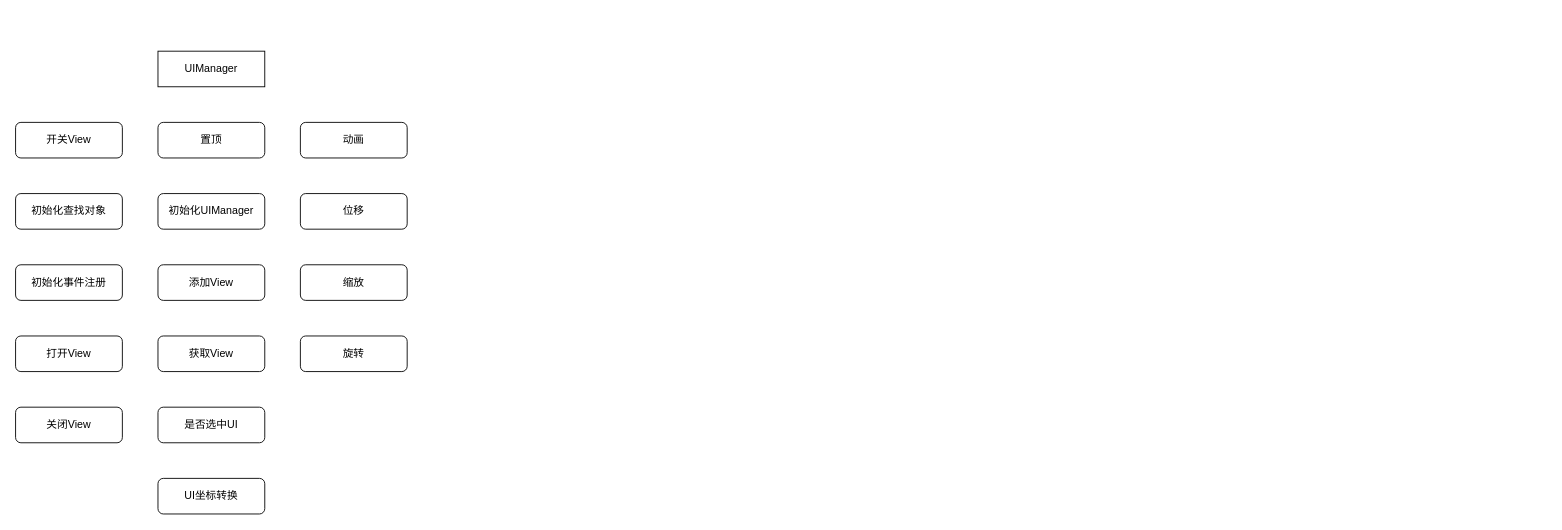
Before: page "UI系统" (4 of 5) of 框架设计流程图.drawio in Josh-Jun/UnityAppFramework, a draw.io diagram. Source tidied: cells renumbered, new cells numbered last; positions are measured from the earlier drawing's top-left corner, leaving out a move shared by most shapes. Both pictures are drawn from the tidied source at 89%, with x=0, y=0 at pixel (15, 51).
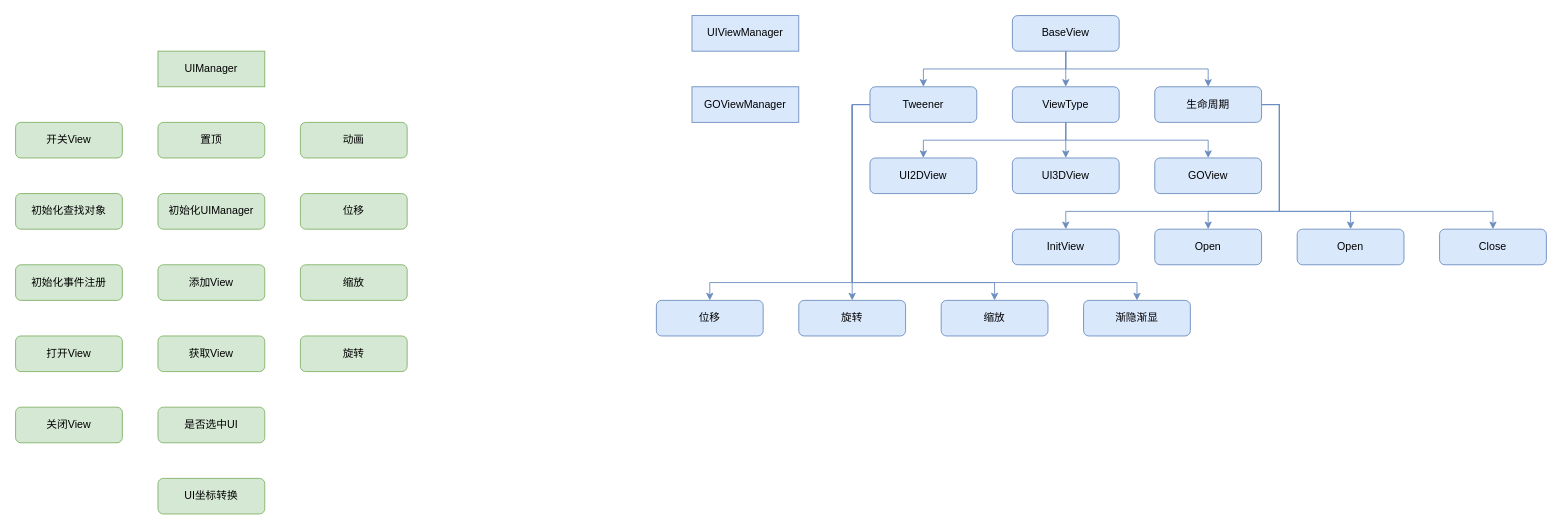
The same diagram, later.

The edit, as a diff of the source:
```diff
@@
-    <mxCell id="2" value="UIManager" style="rounded=0;whiteSpace=wrap;html=1;" parent="1" vertex="1">
+    <mxCell id="2" value="UIManager" style="rounded=0;whiteSpace=wrap;html=1;fillColor=#d5e8d4;strokeColor=#82b366;" parent="1" vertex="1">
       <mxGeometry x="160" width="120" height="40" as="geometry" />
     </mxCell>
-    <mxCell id="3" value="开关View" style="rounded=1;whiteSpace=wrap;html=1;" parent="1" vertex="1">
+    <mxCell id="3" value="开关View" style="rounded=1;whiteSpace=wrap;html=1;fillColor=#d5e8d4;strokeColor=#82b366;" parent="1" vertex="1">
       <mxGeometry y="80" width="120" height="40" as="geometry" />
     </mxCell>
-    <mxCell id="4" value="置顶" style="rounded=1;whiteSpace=wrap;html=1;" parent="1" vertex="1">
+    <mxCell id="4" value="置顶" style="rounded=1;whiteSpace=wrap;html=1;fillColor=#d5e8d4;strokeColor=#82b366;" parent="1" vertex="1">
       <mxGeometry x="160" y="80" width="120" height="40" as="geometry" />
     </mxCell>
-    <mxCell id="5" value="动画" style="rounded=1;whiteSpace=wrap;html=1;" parent="1" vertex="1">
+    <mxCell id="5" value="动画" style="rounded=1;whiteSpace=wrap;html=1;fillColor=#d5e8d4;strokeColor=#82b366;" parent="1" vertex="1">
       <mxGeometry x="320" y="80" width="120" height="40" as="geometry" />
     </mxCell>
-    <mxCell id="6" value="初始化查找对象" style="rounded=1;whiteSpace=wrap;html=1;" parent="1" vertex="1">
+    <mxCell id="6" value="初始化查找对象" style="rounded=1;whiteSpace=wrap;html=1;fillColor=#d5e8d4;strokeColor=#82b366;" parent="1" vertex="1">
       <mxGeometry y="160" width="120" height="40" as="geometry" />
     </mxCell>
-    <mxCell id="7" value="打开View" style="rounded=1;whiteSpace=wrap;html=1;" parent="1" vertex="1">
+    <mxCell id="7" value="打开View" style="rounded=1;whiteSpace=wrap;html=1;fillColor=#d5e8d4;strokeColor=#82b366;" parent="1" vertex="1">
       <mxGeometry y="320" width="120" height="40" as="geometry" />
     </mxCell>
-    <mxCell id="8" value="关闭View" style="rounded=1;whiteSpace=wrap;html=1;" parent="1" vertex="1">
+    <mxCell id="8" value="关闭View" style="rounded=1;whiteSpace=wrap;html=1;fillColor=#d5e8d4;strokeColor=#82b366;" parent="1" vertex="1">
       <mxGeometry y="400" width="120" height="40" as="geometry" />
     </mxCell>
-    <mxCell id="9" value="初始化事件注册" style="rounded=1;whiteSpace=wrap;html=1;" parent="1" vertex="1">
+    <mxCell id="9" value="初始化事件注册" style="rounded=1;whiteSpace=wrap;html=1;fillColor=#d5e8d4;strokeColor=#82b366;" parent="1" vertex="1">
       <mxGeometry y="240" width="120" height="40" as="geometry" />
     </mxCell>
-    <mxCell id="10" value="初始化UIManager" style="rounded=1;whiteSpace=wrap;html=1;" parent="1" vertex="1">
+    <mxCell id="10" value="初始化UIManager" style="rounded=1;whiteSpace=wrap;html=1;fillColor=#d5e8d4;strokeColor=#82b366;" parent="1" vertex="1">
       <mxGeometry x="160" y="160" width="120" height="40" as="geometry" />
     </mxCell>
-    <mxCell id="11" value="添加View" style="rounded=1;whiteSpace=wrap;html=1;" parent="1" vertex="1">
+    <mxCell id="11" value="添加View" style="rounded=1;whiteSpace=wrap;html=1;fillColor=#d5e8d4;strokeColor=#82b366;" parent="1" vertex="1">
       <mxGeometry x="160" y="240" width="120" height="40" as="geometry" />
     </mxCell>
-    <mxCell id="12" value="获取View" style="rounded=1;whiteSpace=wrap;html=1;" parent="1" vertex="1">
+    <mxCell id="12" value="获取View" style="rounded=1;whiteSpace=wrap;html=1;fillColor=#d5e8d4;strokeColor=#82b366;" parent="1" vertex="1">
       <mxGeometry x="160" y="320" width="120" height="40" as="geometry" />
     </mxCell>
-    <mxCell id="13" value="是否选中UI" style="rounded=1;whiteSpace=wrap;html=1;" parent="1" vertex="1">
+    <mxCell id="13" value="是否选中UI" style="rounded=1;whiteSpace=wrap;html=1;fillColor=#d5e8d4;strokeColor=#82b366;" parent="1" vertex="1">
       <mxGeometry x="160" y="400" width="120" height="40" as="geometry" />
     </mxCell>
-    <mxCell id="14" value="UI坐标转换" style="rounded=1;whiteSpace=wrap;html=1;" parent="1" vertex="1">
+    <mxCell id="14" value="UI坐标转换" style="rounded=1;whiteSpace=wrap;html=1;fillColor=#d5e8d4;strokeColor=#82b366;" parent="1" vertex="1">
       <mxGeometry x="160" y="480" width="120" height="40" as="geometry" />
     </mxCell>
-    <mxCell id="15" value="位移" style="rounded=1;whiteSpace=wrap;html=1;" parent="1" vertex="1">
+    <mxCell id="15" value="位移" style="rounded=1;whiteSpace=wrap;html=1;fillColor=#d5e8d4;strokeColor=#82b366;" parent="1" vertex="1">
       <mxGeometry x="320" y="160" width="120" height="40" as="geometry" />
     </mxCell>
-    <mxCell id="16" value="缩放" style="rounded=1;whiteSpace=wrap;html=1;" parent="1" vertex="1">
+    <mxCell id="16" value="缩放" style="rounded=1;whiteSpace=wrap;html=1;fillColor=#d5e8d4;strokeColor=#82b366;" parent="1" vertex="1">
       <mxGeometry x="320" y="240" width="120" height="40" as="geometry" />
     </mxCell>
-    <mxCell id="17" value="旋转" style="rounded=1;whiteSpace=wrap;html=1;" parent="1" vertex="1">
+    <mxCell id="17" value="旋转" style="rounded=1;whiteSpace=wrap;html=1;fillColor=#d5e8d4;strokeColor=#82b366;" parent="1" vertex="1">
       <mxGeometry x="320" y="320" width="120" height="40" as="geometry" />
     </mxCell>
+    <mxCell id="18" value="UIViewManager" style="rounded=0;whiteSpace=wrap;html=1;fillColor=#dae8fc;strokeColor=#6c8ebf;" parent="1" vertex="1">
+      <mxGeometry x="760" y="-40" width="120" height="40" as="geometry" />
+    </mxCell>
+    <mxCell id="19" value="GOViewManager" style="rounded=0;whiteSpace=wrap;html=1;fillColor=#dae8fc;strokeColor=#6c8ebf;" parent="1" vertex="1">
+      <mxGeometry x="760" y="40" width="120" height="40" as="geometry" />
+    </mxCell>
+    <mxCell id="20" style="edgeStyle=orthogonalEdgeStyle;rounded=0;jettySize=auto;html=1;exitX=0.5;exitY=1;exitDx=0;exitDy=0;fillColor=#dae8fc;strokeColor=#6c8ebf;" parent="1" edge="1" source="38" target="22">
+      <mxGeometry relative="1" as="geometry">
+        <Array as="points">
+          <mxPoint x="1180" y="100" />
+          <mxPoint x="1020" y="100" />
+        </Array>
+      </mxGeometry>
+    </mxCell>
+    <mxCell id="21" style="edgeStyle=orthogonalEdgeStyle;rounded=0;jettySize=auto;html=1;entryX=0.5;entryY=0;entryDx=0;entryDy=0;exitX=0.5;exitY=1;exitDx=0;exitDy=0;fillColor=#dae8fc;strokeColor=#6c8ebf;" parent="1" edge="1" source="38" target="24">
+      <mxGeometry relative="1" as="geometry">
+        <Array as="points">
+          <mxPoint x="1180" y="100" />
+          <mxPoint x="1340" y="100" />
+        </Array>
+      </mxGeometry>
+    </mxCell>
+    <mxCell id="22" value="UI2DView" style="whiteSpace=wrap;html=1;rounded=1;fillColor=#dae8fc;strokeColor=#6c8ebf;" parent="1" vertex="1">
+      <mxGeometry x="960" y="120" width="120" height="40" as="geometry" />
+    </mxCell>
+    <mxCell id="23" value="UI3DView" style="whiteSpace=wrap;html=1;rounded=1;fillColor=#dae8fc;strokeColor=#6c8ebf;" parent="1" vertex="1">
+      <mxGeometry x="1120" y="120" width="120" height="40" as="geometry" />
+    </mxCell>
+    <mxCell id="24" value="GOView" style="whiteSpace=wrap;html=1;rounded=1;fillColor=#dae8fc;strokeColor=#6c8ebf;" parent="1" vertex="1">
+      <mxGeometry x="1280" y="120" width="120" height="40" as="geometry" />
+    </mxCell>
+    <mxCell id="25" value="InitView" style="whiteSpace=wrap;html=1;rounded=1;fillColor=#dae8fc;strokeColor=#6c8ebf;" parent="1" vertex="1">
+      <mxGeometry x="1120" y="200" width="120" height="40" as="geometry" />
+    </mxCell>
+    <mxCell id="26" value="Open" style="whiteSpace=wrap;html=1;rounded=1;fillColor=#dae8fc;strokeColor=#6c8ebf;" parent="1" vertex="1">
+      <mxGeometry x="1440" y="200" width="120" height="40" as="geometry" />
+    </mxCell>
+    <mxCell id="27" value="Close" style="whiteSpace=wrap;html=1;rounded=1;fillColor=#dae8fc;strokeColor=#6c8ebf;" parent="1" vertex="1">
+      <mxGeometry x="1600" y="200" width="120" height="40" as="geometry" />
+    </mxCell>
+    <mxCell id="28" style="edgeStyle=orthogonalEdgeStyle;rounded=0;jettySize=auto;html=1;fillColor=#dae8fc;strokeColor=#6c8ebf;" parent="1" edge="1" source="31" target="38">
+      <mxGeometry relative="1" as="geometry" />
+    </mxCell>
+    <mxCell id="29" style="edgeStyle=orthogonalEdgeStyle;rounded=0;jettySize=auto;html=1;entryX=0.5;entryY=0;entryDx=0;entryDy=0;fillColor=#dae8fc;strokeColor=#6c8ebf;" parent="1" edge="1" source="31" target="43">
+      <mxGeometry relative="1" as="geometry">
+        <Array as="points">
+          <mxPoint x="1180" y="20" />
+          <mxPoint x="1340" y="20" />
+        </Array>
+      </mxGeometry>
+    </mxCell>
+    <mxCell id="30" style="edgeStyle=orthogonalEdgeStyle;rounded=0;jettySize=auto;html=1;entryX=0.5;entryY=0;entryDx=0;entryDy=0;fillColor=#dae8fc;strokeColor=#6c8ebf;" parent="1" edge="1" source="31" target="36">
+      <mxGeometry relative="1" as="geometry">
+        <Array as="points">
+          <mxPoint x="1180" y="20" />
+          <mxPoint x="1020" y="20" />
+        </Array>
+      </mxGeometry>
+    </mxCell>
+    <mxCell id="31" value="BaseView" style="rounded=1;whiteSpace=wrap;html=1;fillColor=#dae8fc;strokeColor=#6c8ebf;" parent="1" vertex="1">
+      <mxGeometry x="1120" y="-40" width="120" height="40" as="geometry" />
+    </mxCell>
+    <mxCell id="32" style="edgeStyle=orthogonalEdgeStyle;rounded=0;jettySize=auto;html=1;fillColor=#dae8fc;strokeColor=#6c8ebf;" parent="1" edge="1" source="36" target="45">
+      <mxGeometry relative="1" as="geometry">
+        <Array as="points">
+          <mxPoint x="940" y="60" />
+          <mxPoint x="940" y="260" />
+          <mxPoint x="780" y="260" />
+        </Array>
+      </mxGeometry>
+    </mxCell>
+    <mxCell id="33" style="edgeStyle=orthogonalEdgeStyle;rounded=0;jettySize=auto;html=1;entryX=0.5;entryY=0;entryDx=0;entryDy=0;fillColor=#dae8fc;strokeColor=#6c8ebf;" parent="1" edge="1" source="36" target="46">
+      <mxGeometry relative="1" as="geometry">
+        <Array as="points">
+          <mxPoint x="940" y="60" />
+        </Array>
+      </mxGeometry>
+    </mxCell>
+    <mxCell id="34" style="edgeStyle=orthogonalEdgeStyle;rounded=0;jettySize=auto;html=1;fillColor=#dae8fc;strokeColor=#6c8ebf;" parent="1" edge="1" source="36" target="47">
+      <mxGeometry relative="1" as="geometry">
+        <Array as="points">
+          <mxPoint x="940" y="60" />
+          <mxPoint x="940" y="260" />
+          <mxPoint x="1100" y="260" />
+        </Array>
+      </mxGeometry>
+    </mxCell>
+    <mxCell id="35" style="edgeStyle=orthogonalEdgeStyle;rounded=0;jettySize=auto;html=1;fillColor=#dae8fc;strokeColor=#6c8ebf;" parent="1" edge="1" source="36" target="48">
+      <mxGeometry relative="1" as="geometry">
+        <Array as="points">
+          <mxPoint x="940" y="60" />
+          <mxPoint x="940" y="260" />
+          <mxPoint x="1260" y="260" />
+        </Array>
+      </mxGeometry>
+    </mxCell>
+    <mxCell id="36" value="Tweener" style="rounded=1;whiteSpace=wrap;html=1;fillColor=#dae8fc;strokeColor=#6c8ebf;" parent="1" vertex="1">
+      <mxGeometry x="960" y="40" width="120" height="40" as="geometry" />
+    </mxCell>
+    <mxCell id="37" style="edgeStyle=orthogonalEdgeStyle;rounded=0;jettySize=auto;html=1;entryX=0.5;entryY=0;entryDx=0;entryDy=0;fillColor=#dae8fc;strokeColor=#6c8ebf;" parent="1" edge="1" source="38" target="23">
+      <mxGeometry relative="1" as="geometry" />
+    </mxCell>
+    <mxCell id="38" value="ViewType" style="rounded=1;whiteSpace=wrap;html=1;fillColor=#dae8fc;strokeColor=#6c8ebf;" parent="1" vertex="1">
+      <mxGeometry x="1120" y="40" width="120" height="40" as="geometry" />
+    </mxCell>
+    <mxCell id="39" style="edgeStyle=orthogonalEdgeStyle;rounded=0;jettySize=auto;html=1;entryX=0.5;entryY=0;entryDx=0;entryDy=0;fillColor=#dae8fc;strokeColor=#6c8ebf;" parent="1" edge="1" source="43" target="26">
+      <mxGeometry relative="1" as="geometry">
+        <Array as="points">
+          <mxPoint x="1420" y="60" />
+          <mxPoint x="1420" y="180" />
+          <mxPoint x="1500" y="180" />
+        </Array>
+      </mxGeometry>
+    </mxCell>
+    <mxCell id="40" style="edgeStyle=orthogonalEdgeStyle;rounded=0;jettySize=auto;html=1;entryX=0.5;entryY=0;entryDx=0;entryDy=0;fillColor=#dae8fc;strokeColor=#6c8ebf;" parent="1" edge="1" source="43" target="27">
+      <mxGeometry relative="1" as="geometry">
+        <Array as="points">
+          <mxPoint x="1420" y="60" />
+          <mxPoint x="1420" y="180" />
+          <mxPoint x="1660" y="180" />
+        </Array>
+      </mxGeometry>
+    </mxCell>
+    <mxCell id="41" style="edgeStyle=orthogonalEdgeStyle;rounded=0;jettySize=auto;html=1;entryX=0.5;entryY=0;entryDx=0;entryDy=0;fillColor=#dae8fc;strokeColor=#6c8ebf;" parent="1" edge="1" source="43" target="44">
+      <mxGeometry relative="1" as="geometry">
+        <Array as="points">
+          <mxPoint x="1420" y="60" />
+          <mxPoint x="1420" y="180" />
+          <mxPoint x="1340" y="180" />
+        </Array>
+      </mxGeometry>
+    </mxCell>
+    <mxCell id="42" style="edgeStyle=orthogonalEdgeStyle;rounded=0;jettySize=auto;html=1;fillColor=#dae8fc;strokeColor=#6c8ebf;" parent="1" edge="1" source="43" target="25">
+      <mxGeometry relative="1" as="geometry">
+        <Array as="points">
+          <mxPoint x="1420" y="60" />
+          <mxPoint x="1420" y="180" />
+          <mxPoint x="1180" y="180" />
+        </Array>
+      </mxGeometry>
+    </mxCell>
+    <mxCell id="43" value="生命周期" style="rounded=1;whiteSpace=wrap;html=1;fillColor=#dae8fc;strokeColor=#6c8ebf;" parent="1" vertex="1">
+      <mxGeometry x="1280" y="40" width="120" height="40" as="geometry" />
+    </mxCell>
+    <mxCell id="44" value="Open" style="whiteSpace=wrap;html=1;rounded=1;fillColor=#dae8fc;strokeColor=#6c8ebf;" parent="1" vertex="1">
+      <mxGeometry x="1280" y="200" width="120" height="40" as="geometry" />
+    </mxCell>
+    <mxCell id="45" value="位移" style="whiteSpace=wrap;html=1;rounded=1;fillColor=#dae8fc;strokeColor=#6c8ebf;" parent="1" vertex="1">
+      <mxGeometry x="720" y="280" width="120" height="40" as="geometry" />
+    </mxCell>
+    <mxCell id="46" value="旋转" style="whiteSpace=wrap;html=1;rounded=1;fillColor=#dae8fc;strokeColor=#6c8ebf;" parent="1" vertex="1">
+      <mxGeometry x="880" y="280" width="120" height="40" as="geometry" />
+    </mxCell>
+    <mxCell id="47" value="缩放" style="whiteSpace=wrap;html=1;rounded=1;fillColor=#dae8fc;strokeColor=#6c8ebf;" parent="1" vertex="1">
+      <mxGeometry x="1040" y="280" width="120" height="40" as="geometry" />
+    </mxCell>
+    <mxCell id="48" value="渐隐渐显" style="whiteSpace=wrap;html=1;rounded=1;fillColor=#dae8fc;strokeColor=#6c8ebf;" parent="1" vertex="1">
+      <mxGeometry x="1200" y="280" width="120" height="40" as="geometry" />
+    </mxCell>
```
